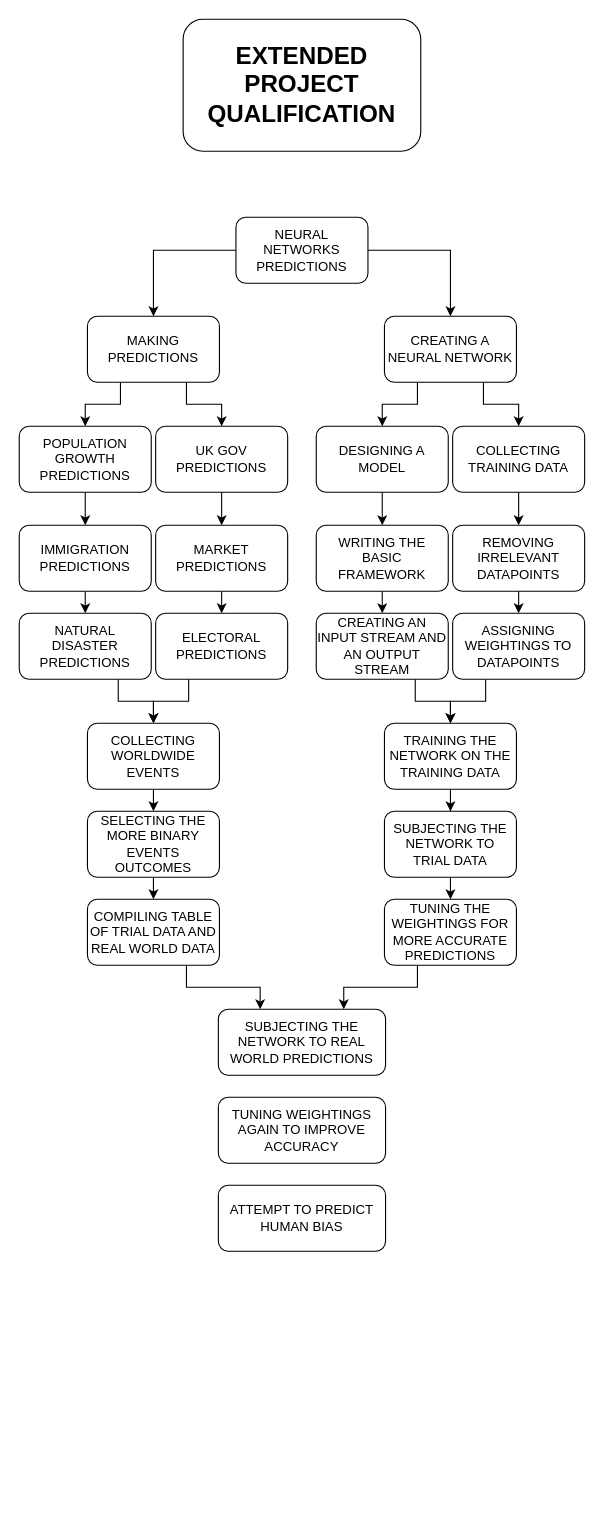
Above: Untitled Diagram.drawio in romulushill/EPQ (draw.io), before the change. Source tidied: cells renumbered, new cells numbered last; positions are measured from the earlier drawing's top-left corner, leaving out a move shared by most shapes. Both pictures are drawn from the tidied source at 110%, with x=0, y=0 at pixel (19, 19).
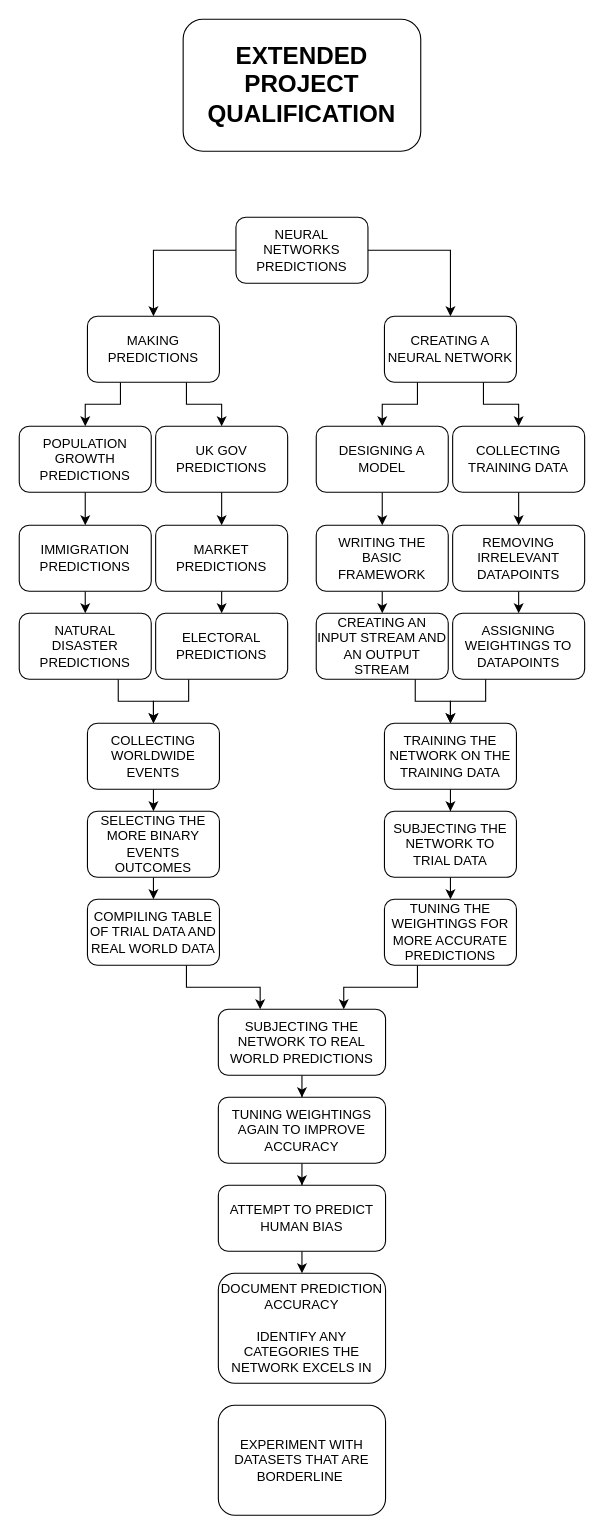
The same page after the edit.

Commit message:
Neural Network Brainstorm

The change refers to these unchanged cells:
```xml
<mxCell id="42" value="SUBJECTING THE NETWORK TO REAL WORLD PREDICTIONS" style="rounded=1;whiteSpace=wrap;html=1;" parent="1" vertex="1">
  <mxGeometry x="181" y="900" width="152" height="60" as="geometry" />
</mxCell>
<mxCell id="43" value="TUNING WEIGHTINGS AGAIN TO IMPROVE ACCURACY" style="rounded=1;whiteSpace=wrap;html=1;" parent="1" vertex="1">
  <mxGeometry x="181" y="980" width="152" height="60" as="geometry" />
</mxCell>
<mxCell id="44" value="ATTEMPT TO PREDICT HUMAN BIAS" style="rounded=1;whiteSpace=wrap;html=1;" parent="1" vertex="1">
  <mxGeometry x="181" y="1060" width="152" height="60" as="geometry" />
</mxCell>
```

Diff of the diagram source:
```diff
@@
+    <mxCell id="51" style="edgeStyle=orthogonalEdgeStyle;rounded=0;jettySize=auto;html=1;entryX=0.5;entryY=0;entryDx=0;entryDy=0;" parent="1" edge="1" source="42" target="43">
+      <mxGeometry relative="1" as="geometry" />
+    </mxCell>
@@
+    <mxCell id="52" style="edgeStyle=orthogonalEdgeStyle;rounded=0;jettySize=auto;html=1;entryX=0.5;entryY=0;entryDx=0;entryDy=0;" parent="1" edge="1" source="43" target="44">
+      <mxGeometry relative="1" as="geometry" />
+    </mxCell>
@@
+    <mxCell id="53" style="edgeStyle=orthogonalEdgeStyle;rounded=0;jettySize=auto;html=1;exitX=0.5;exitY=1;exitDx=0;exitDy=0;entryX=0.5;entryY=0;entryDx=0;entryDy=0;" parent="1" edge="1" source="44" target="54">
+      <mxGeometry relative="1" as="geometry" />
+    </mxCell>
@@
+    <mxCell id="54" value="DOCUMENT PREDICTION ACCURACY&lt;br&gt;&lt;br&gt;IDENTIFY ANY CATEGORIES THE NETWORK EXCELS IN" style="rounded=1;whiteSpace=wrap;html=1;" parent="1" vertex="1">
+      <mxGeometry x="181" y="1140" width="152" height="100" as="geometry" />
+    </mxCell>
+    <mxCell id="55" value="EXPERIMENT WITH DATASETS THAT ARE BORDERLINE&amp;nbsp;" style="rounded=1;whiteSpace=wrap;html=1;" parent="1" vertex="1">
+      <mxGeometry x="181" y="1260" width="152" height="100" as="geometry" />
+    </mxCell>
```
